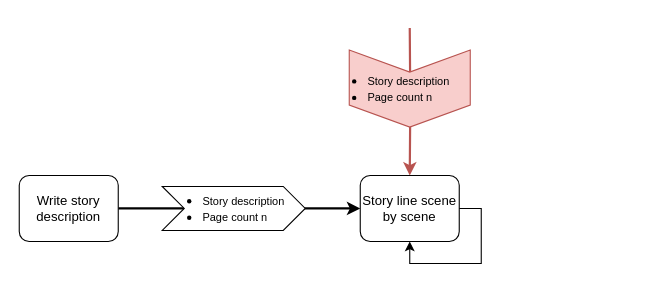
Above: page "Page-3" (3 of 3) of CreationWorkflow.drawio in alextheprophecy/colouringbook (draw.io), before the change. Source tidied: cells renumbered, new cells numbered last; positions are measured from the earlier drawing's top-left corner, leaving out a move shared by most shapes. Both pictures are drawn from the tidied source at 110%, with x=0, y=0 at pixel (19, 28).
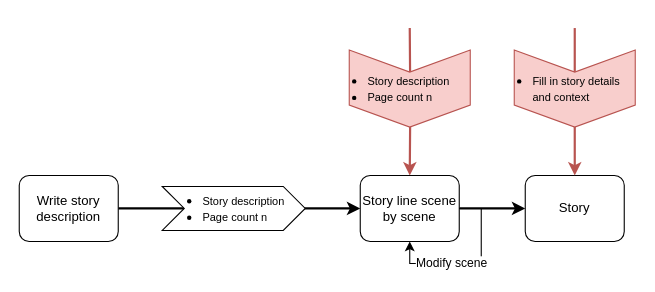
The same page after the edit.

What changed in the source:
```diff
@@
 <mxGraphModel>
   <root>
     <mxCell id="0" />
     <mxCell id="1" parent="0" />
     <mxCell id="2" style="edgeStyle=orthogonalEdgeStyle;rounded=0;jettySize=auto;html=1;strokeWidth=2;" parent="1" edge="1" source="3">
       <mxGeometry relative="1" as="geometry">
         <mxPoint x="310" y="164" as="targetPoint" />
       </mxGeometry>
     </mxCell>
     <mxCell id="3" value="&lt;div style=&quot;&quot;&gt;Write story description&lt;/div&gt;" style="rounded=1;whiteSpace=wrap;html=1;align=center;" parent="1" vertex="1">
       <mxGeometry y="134" width="90" height="60" as="geometry" />
     </mxCell>
     <mxCell id="4" value="&lt;div&gt;&lt;ul style=&quot;padding-left: 35px;&quot;&gt;&lt;li&gt;&lt;span style=&quot;font-size: 10px;&quot;&gt;Story description&lt;/span&gt;&lt;/li&gt;&lt;li&gt;&lt;span style=&quot;font-size: 10px;&quot;&gt;Page count n&lt;/span&gt;&lt;/li&gt;&lt;/ul&gt;&lt;/div&gt;" style="shape=step;perimeter=stepPerimeter;whiteSpace=wrap;html=1;fixedSize=1;align=left;" parent="1" vertex="1">
       <mxGeometry x="130" y="144" width="130" height="40" as="geometry" />
     </mxCell>
     <mxCell id="5" style="edgeStyle=orthogonalEdgeStyle;rounded=0;jettySize=auto;html=1;strokeWidth=2;fillColor=#f8cecc;strokeColor=#b85450;" parent="1" edge="1" target="6">
       <mxGeometry relative="1" as="geometry">
         <mxPoint x="355" as="sourcePoint" />
       </mxGeometry>
     </mxCell>
+    <mxCell id="9" style="edgeStyle=orthogonalEdgeStyle;rounded=0;jettySize=auto;html=1;strokeWidth=2;entryX=0;entryY=0.5;entryDx=0;entryDy=0;exitX=1;exitY=0.5;exitDx=0;exitDy=0;" parent="1" edge="1" source="6" target="11">
+      <mxGeometry relative="1" as="geometry" />
+    </mxCell>
     <mxCell id="6" value="&lt;div style=&quot;&quot;&gt;Story line scene by scene&lt;/div&gt;" style="rounded=1;whiteSpace=wrap;html=1;align=center;" parent="1" vertex="1">
       <mxGeometry x="310" y="134" width="90" height="60" as="geometry" />
     </mxCell>
     <mxCell id="7" value="&lt;div&gt;&lt;ul style=&quot;padding-left: 15px;&quot;&gt;&lt;li&gt;&lt;span style=&quot;font-size: 10px;&quot;&gt;Story description&lt;/span&gt;&lt;/li&gt;&lt;li&gt;&lt;span style=&quot;font-size: 10px;&quot;&gt;Page count n&lt;/span&gt;&lt;/li&gt;&lt;/ul&gt;&lt;/div&gt;" style="shape=step;perimeter=stepPerimeter;whiteSpace=wrap;html=1;fixedSize=1;align=left;direction=south;fillColor=#f8cecc;strokeColor=#b85450;" parent="1" vertex="1">
       <mxGeometry x="300" y="20" width="110" height="70" as="geometry" />
     </mxCell>
     <mxCell id="8" style="edgeStyle=orthogonalEdgeStyle;rounded=0;orthogonalLoop=1;jettySize=auto;html=1;entryX=0.5;entryY=1;entryDx=0;entryDy=0;" parent="1" edge="1" source="6" target="6">
       <mxGeometry relative="1" as="geometry">
         <Array as="points">
           <mxPoint x="420" y="164" />
           <mxPoint x="420" y="214" />
           <mxPoint x="355" y="214" />
         </Array>
       </mxGeometry>
     </mxCell>
+    <mxCell id="10" value="Modify scene" style="edgeLabel;html=1;align=center;verticalAlign=middle;" parent="8" vertex="1">
+      <mxGeometry x="0.27" y="-1" relative="1" as="geometry" />
+    </mxCell>
+    <mxCell id="11" value="&lt;div style=&quot;&quot;&gt;Story&lt;/div&gt;" style="rounded=1;whiteSpace=wrap;html=1;align=center;" parent="1" vertex="1">
+      <mxGeometry x="460" y="134" width="90" height="60" as="geometry" />
+    </mxCell>
+    <mxCell id="12" style="edgeStyle=orthogonalEdgeStyle;rounded=0;orthogonalLoop=1;jettySize=auto;html=1;strokeWidth=2;fillColor=#f8cecc;strokeColor=#b85450;" parent="1" edge="1">
+      <mxGeometry relative="1" as="geometry">
+        <mxPoint x="505" as="sourcePoint" />
+        <mxPoint x="505" y="134" as="targetPoint" />
+      </mxGeometry>
+    </mxCell>
+    <mxCell id="13" value="&lt;ul style=&quot;padding-left: 15px;&quot;&gt;&lt;li&gt;&lt;span style=&quot;font-size: 10px;&quot;&gt;Fill in story details and context&lt;/span&gt;&lt;/li&gt;&lt;/ul&gt;" style="shape=step;perimeter=stepPerimeter;whiteSpace=wrap;html=1;fixedSize=1;align=left;direction=south;fillColor=#f8cecc;strokeColor=#b85450;" parent="1" vertex="1">
+      <mxGeometry x="450" y="20" width="110" height="70" as="geometry" />
+    </mxCell>
   </root>
 </mxGraphModel>
```
